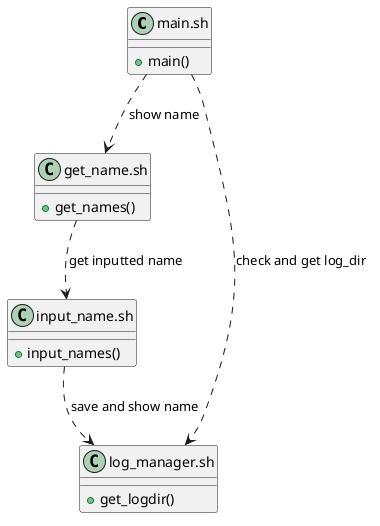
This is docs/load-name_class.png from Jumacde/shellscript_loadname, a PlantUML export, as it was before one commit. The source it was exported from:
```plantuml
@startuml
	class "main.sh" as main {
		+ main()
	}
	class "input_name.sh" as input {
		+ input_names()
	}
	class "get_name.sh" as get {
		+ get_names()
	}
	class "log_manager.sh" as log {
		+ get_logdir()
	}

main ..> log: check and get log_dir
get ..> input: get inputted name
input ..> log: save and show name
main ..> get: show name
@enduml
```
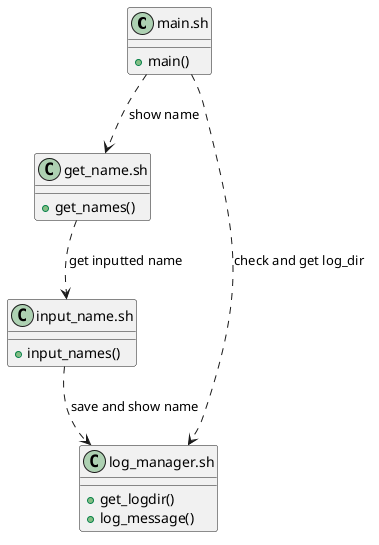
The same diagram one commit later.

Commit message:
edit class diagram

The edit, as a diff of the source:
```diff
@@ -10,6 +10,7 @@
 	}
 	class "log_manager.sh" as log {
 		+ get_logdir()
+		+ log_message()
 	}
 
 main ..> log: check and get log_dir
```
